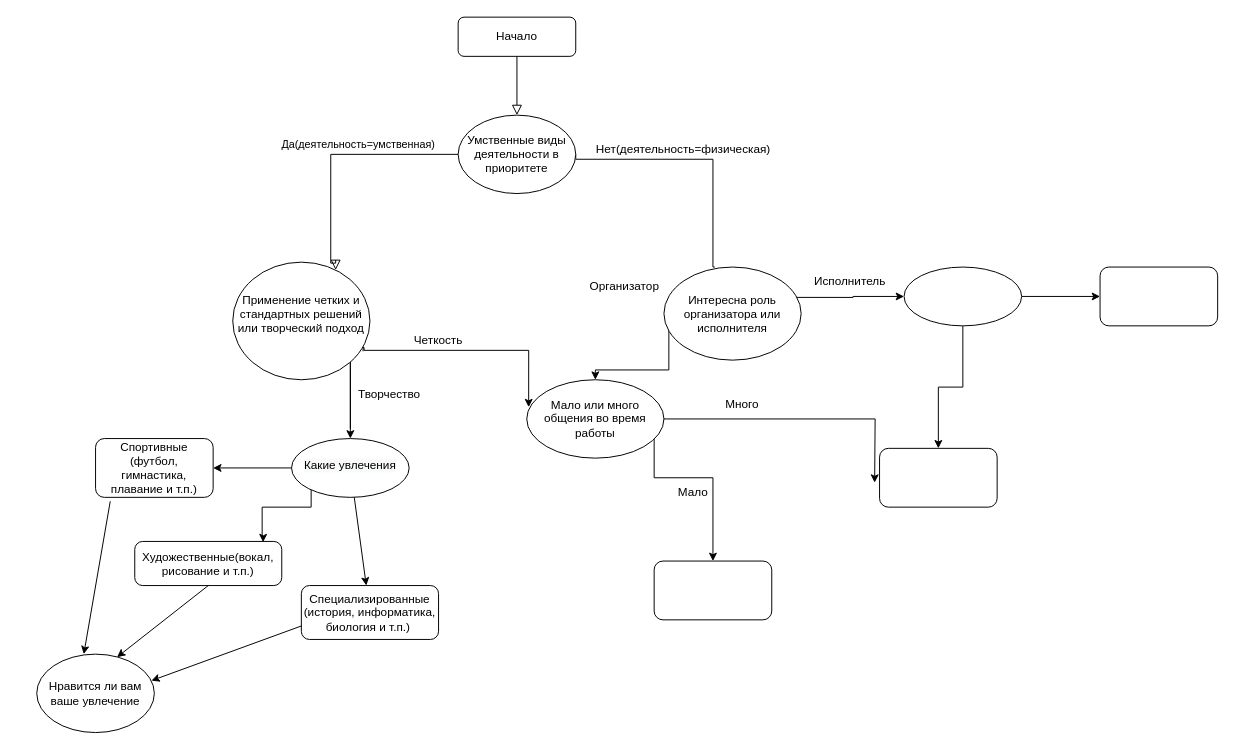
Earlier version of the draw.io diagram Untitled Diagram.drawio (yarvysee/thumbnailator). Source tidied: cells renumbered, new cells numbered last; positions are measured from the earlier drawing's top-left corner, leaving out a move shared by most shapes. Both pictures are drawn from the tidied source at 98%, with x=0, y=0 at pixel (36, 17).
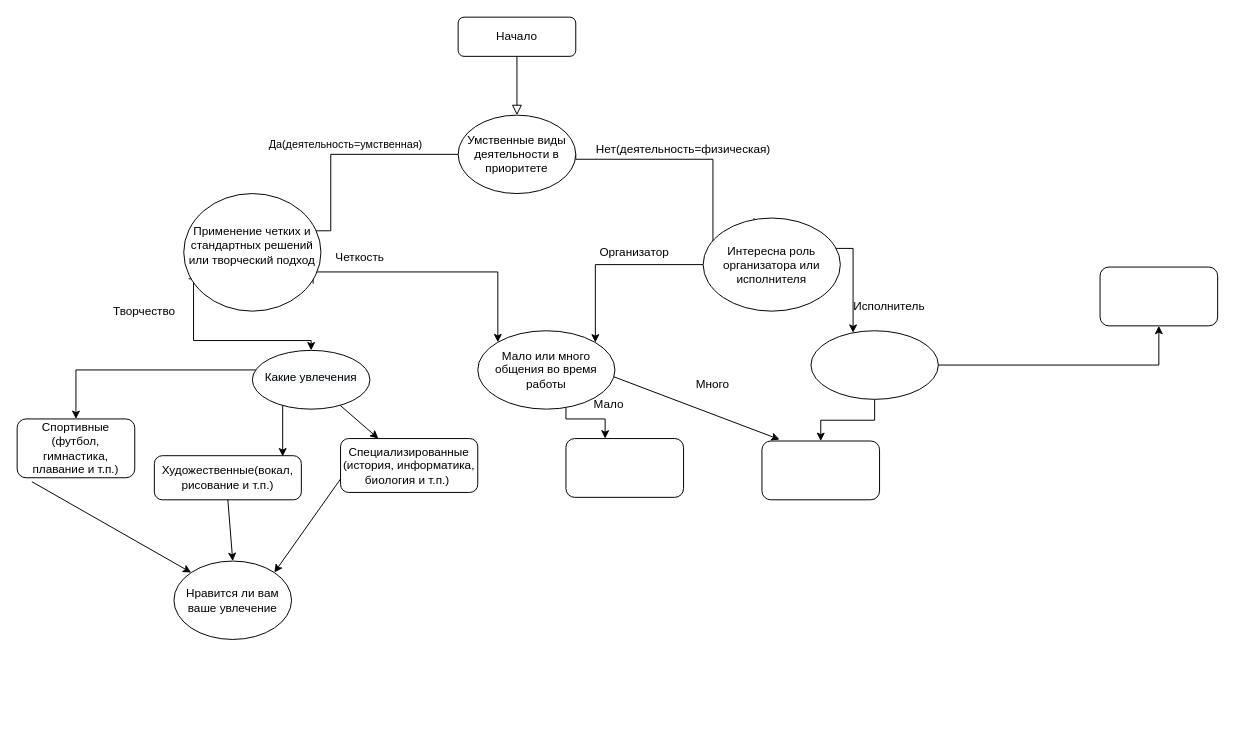
Above is the later version.

The change refers to these unchanged cells:
```xml
<mxCell id="29" value="&lt;span&gt;Умственные виды деятельности в приоритете&lt;/span&gt;" style="ellipse;whiteSpace=wrap;html=1;" parent="1" vertex="1">
  <mxGeometry x="430" y="100" width="120" height="80" as="geometry" />
</mxCell>
```

Change to the diagram source:
```diff
@@
     <mxCell id="4" value="Да(деятельность=умственная)" style="rounded=0;html=1;jettySize=auto;fontSize=11;endArrow=block;endFill=0;endSize=8;strokeWidth=1;shadow=0;labelBackgroundColor=none;edgeStyle=orthogonalEdgeStyle;exitX=0;exitY=0.5;exitDx=0;exitDy=0;entryX=0.75;entryY=0.067;entryDx=0;entryDy=0;entryPerimeter=0;" parent="1" edge="1" source="29" target="28">
       <mxGeometry x="-0.19" y="-10" relative="1" as="geometry">
         <Array as="points">
           <mxPoint x="300" y="140" />
-          <mxPoint x="300" y="251" />
-          <mxPoint x="305" y="251" />
+          <mxPoint x="300" y="218" />
         </Array>
       </mxGeometry>
     </mxCell>
-    <mxCell id="5" style="edgeStyle=orthogonalEdgeStyle;rounded=0;jettySize=auto;html=1;exitX=0.95;exitY=0.758;exitDx=0;exitDy=0;exitPerimeter=0;entryX=0.014;entryY=0.35;entryDx=0;entryDy=0;entryPerimeter=0;startArrow=none;" parent="1" edge="1" source="28" target="17">
+    <mxCell id="5" style="edgeStyle=orthogonalEdgeStyle;rounded=0;jettySize=auto;html=1;exitX=0.943;exitY=0.767;exitDx=0;exitDy=0;exitPerimeter=0;entryX=0;entryY=0;entryDx=0;entryDy=0;startArrow=none;" parent="1" edge="1" source="28" target="17">
       <mxGeometry relative="1" as="geometry">
         <Array as="points">
-          <mxPoint x="333" y="337" />
-          <mxPoint x="334" y="337" />
-          <mxPoint x="334" y="340" />
-          <mxPoint x="502" y="340" />
+          <mxPoint x="282" y="260" />
+          <mxPoint x="471" y="260" />
         </Array>
       </mxGeometry>
     </mxCell>
-    <mxCell id="6" style="edgeStyle=orthogonalEdgeStyle;rounded=0;jettySize=auto;html=1;" parent="1" edge="1" target="21">
+    <mxCell id="6" style="edgeStyle=orthogonalEdgeStyle;rounded=0;jettySize=auto;html=1;exitX=0.036;exitY=0.725;exitDx=0;exitDy=0;exitPerimeter=0;entryX=0.5;entryY=0;entryDx=0;entryDy=0;" parent="1" edge="1" source="28" target="21">
       <mxGeometry relative="1" as="geometry">
-        <mxPoint x="320" y="420" as="sourcePoint" />
         <Array as="points">
-          <mxPoint x="320" y="340" />
-          <mxPoint x="320" y="340" />
+          <mxPoint x="160" y="267" />
+          <mxPoint x="160" y="330" />
         </Array>
       </mxGeometry>
     </mxCell>
@@
-    <mxCell id="8" style="edgeStyle=orthogonalEdgeStyle;rounded=0;jettySize=auto;html=1;exitX=0.036;exitY=0.337;exitDx=0;exitDy=0;exitPerimeter=0;" parent="1" edge="1" source="30" target="17">
+    <mxCell id="8" style="edgeStyle=orthogonalEdgeStyle;rounded=0;jettySize=auto;html=1;exitX=0;exitY=0.5;exitDx=0;exitDy=0;startArrow=none;" parent="1" edge="1" source="30" target="17">
       <mxGeometry relative="1" as="geometry">
         <Array as="points">
-          <mxPoint x="645" y="360" />
+          <mxPoint x="570" y="253" />
           <mxPoint x="570" y="360" />
         </Array>
       </mxGeometry>
     </mxCell>
@@
-    <mxCell id="11" value="Организатор" style="text;html=1;strokeColor=none;fillColor=none;align=center;verticalAlign=middle;whiteSpace=wrap;rounded=0;" parent="1" vertex="1">
-      <mxGeometry x="570" y="260" width="60" height="30" as="geometry" />
-    </mxCell>
@@
     <mxCell id="14" style="ellipse;whiteSpace=wrap;html=1;" parent="1" vertex="1">
-      <mxGeometry x="885" y="255" width="120" height="60" as="geometry" />
+      <mxGeometry x="790" y="320" width="130" height="70" as="geometry" />
     </mxCell>
-    <mxCell id="15" style="edgeStyle=orthogonalEdgeStyle;rounded=0;jettySize=auto;html=1;" parent="1" edge="1" source="17">
-      <mxGeometry relative="1" as="geometry">
-        <mxPoint x="855" y="475" as="targetPoint" />
-      </mxGeometry>
-    </mxCell>
     <mxCell id="16" style="edgeStyle=orthogonalEdgeStyle;rounded=0;jettySize=auto;html=1;" parent="1" edge="1" source="17" target="27">
       <mxGeometry relative="1" as="geometry">
         <Array as="points">
-          <mxPoint x="630" y="470" />
-          <mxPoint x="690" y="470" />
+          <mxPoint x="540" y="410" />
+          <mxPoint x="580" y="410" />
         </Array>
       </mxGeometry>
     </mxCell>
     <mxCell id="17" value="&lt;span&gt;Мало или много общения во время работы&lt;/span&gt;" style="ellipse;whiteSpace=wrap;html=1;" parent="1" vertex="1">
-      <mxGeometry x="500" y="370" width="140" height="80" as="geometry" />
+      <mxGeometry x="450" y="320" width="140" height="80" as="geometry" />
     </mxCell>
     <mxCell id="18" value="Исполнитель" style="text;html=1;strokeColor=none;fillColor=none;align=center;verticalAlign=middle;whiteSpace=wrap;rounded=0;" parent="1" vertex="1">
-      <mxGeometry x="800" y="255" width="60" height="30" as="geometry" />
+      <mxGeometry x="840" y="280" width="60" height="30" as="geometry" />
     </mxCell>
     <mxCell id="19" style="edgeStyle=orthogonalEdgeStyle;rounded=0;jettySize=auto;html=1;entryX=0.873;entryY=0.017;entryDx=0;entryDy=0;entryPerimeter=0;" parent="1" edge="1" source="21" target="32">
       <mxGeometry relative="1" as="geometry">
         <Array as="points">
-          <mxPoint x="280" y="500" />
-          <mxPoint x="230" y="500" />
-          <mxPoint x="230" y="531" />
+          <mxPoint x="251" y="400" />
+          <mxPoint x="251" y="400" />
         </Array>
       </mxGeometry>
     </mxCell>
-    <mxCell id="20" style="edgeStyle=orthogonalEdgeStyle;rounded=0;jettySize=auto;html=1;entryX=1;entryY=0.5;entryDx=0;entryDy=0;" parent="1" edge="1" source="21" target="34">
-      <mxGeometry relative="1" as="geometry" />
+    <mxCell id="20" style="edgeStyle=orthogonalEdgeStyle;rounded=0;jettySize=auto;html=1;entryX=0.5;entryY=0;entryDx=0;entryDy=0;" parent="1" edge="1" source="21" target="34">
+      <mxGeometry relative="1" as="geometry">
+        <Array as="points">
+          <mxPoint x="40" y="360" />
+        </Array>
+      </mxGeometry>
     </mxCell>
     <mxCell id="21" value="&lt;span style=&quot;color: rgb(0, 0, 0); font-family: helvetica; font-size: 12px; font-style: normal; font-weight: 400; letter-spacing: normal; text-align: center; text-indent: 0px; text-transform: none; word-spacing: 0px; background-color: rgb(248, 249, 250); text-decoration: none; display: inline; float: none;&quot;&gt;Какие увлечения&lt;/span&gt;" style="ellipse;whiteSpace=wrap;html=1;shadow=0;strokeWidth=1;spacing=6;spacingTop=-4;" parent="1" vertex="1">
-      <mxGeometry x="260" y="430" width="120" height="60" as="geometry" />
+      <mxGeometry x="220" y="340" width="120" height="60" as="geometry" />
     </mxCell>
     <mxCell id="22" value="Творчество" style="text;html=1;strokeColor=none;fillColor=none;align=center;verticalAlign=middle;whiteSpace=wrap;rounded=0;" parent="1" vertex="1">
-      <mxGeometry x="330" y="370" width="60" height="30" as="geometry" />
+      <mxGeometry x="80" y="285" width="60" height="30" as="geometry" />
     </mxCell>
@@
     <mxCell id="24" style="rounded=1;whiteSpace=wrap;html=1;" parent="1" vertex="1">
-      <mxGeometry x="860" y="440" width="120" height="60" as="geometry" />
+      <mxGeometry x="740" y="432.5" width="120" height="60" as="geometry" />
     </mxCell>
     <mxCell id="25" value="Мало" style="text;html=1;strokeColor=none;fillColor=none;align=center;verticalAlign=middle;whiteSpace=wrap;rounded=0;" parent="1" vertex="1">
-      <mxGeometry x="640" y="470" width="60" height="30" as="geometry" />
+      <mxGeometry x="554" y="380" width="60" height="30" as="geometry" />
     </mxCell>
     <mxCell id="26" value="Много" style="text;html=1;strokeColor=none;fillColor=none;align=center;verticalAlign=middle;whiteSpace=wrap;rounded=0;" parent="1" vertex="1">
-      <mxGeometry x="690" y="380" width="60" height="30" as="geometry" />
+      <mxGeometry x="660" y="360" width="60" height="30" as="geometry" />
     </mxCell>
     <mxCell id="27" style="rounded=1;whiteSpace=wrap;html=1;" parent="1" vertex="1">
-      <mxGeometry x="630" y="555" width="120" height="60" as="geometry" />
+      <mxGeometry x="540" y="430" width="120" height="60" as="geometry" />
     </mxCell>
     <mxCell id="28" value="&lt;div&gt;Применение четких и стандартных решений или творческий подход&lt;/div&gt;&lt;div&gt;&lt;br&gt;&lt;/div&gt;" style="ellipse;whiteSpace=wrap;html=1;" parent="1" vertex="1">
-      <mxGeometry x="200" y="250" width="140" height="120" as="geometry" />
+      <mxGeometry x="150" y="180" width="140" height="120" as="geometry" />
     </mxCell>
@@
     <mxCell id="30" value="&lt;span&gt;Интересна роль организатора или исполнителя&lt;/span&gt;" style="ellipse;whiteSpace=wrap;html=1;" parent="1" vertex="1">
-      <mxGeometry x="640" y="255" width="140" height="95" as="geometry" />
+      <mxGeometry x="680" y="205" width="140" height="95" as="geometry" />
     </mxCell>
@@
     <mxCell id="32" value="Художественные(вокал, рисование и т.п.)" style="rounded=1;whiteSpace=wrap;html=1;arcSize=18;" parent="1" vertex="1">
-      <mxGeometry x="100" y="535" width="150" height="45" as="geometry" />
+      <mxGeometry x="120" y="447.5" width="150" height="45" as="geometry" />
     </mxCell>
     <mxCell id="33" value="Специализированные (история, информатика, биология и т.п.)&amp;nbsp;" style="rounded=1;whiteSpace=wrap;html=1;" parent="1" vertex="1">
-      <mxGeometry x="270" y="580" width="140" height="55" as="geometry" />
+      <mxGeometry x="310" y="430" width="140" height="55" as="geometry" />
     </mxCell>
     <mxCell id="34" value="Спортивные (футбол, гимнастика, плавание и т.п.)" style="rounded=1;whiteSpace=wrap;html=1;" parent="1" vertex="1">
-      <mxGeometry x="60" y="430" width="120" height="60" as="geometry" />
+      <mxGeometry x="-20" y="410" width="120" height="60" as="geometry" />
     </mxCell>
     <mxCell id="35" value="Четкость" style="text;html=1;strokeColor=none;fillColor=none;align=center;verticalAlign=middle;whiteSpace=wrap;rounded=0;" parent="1" vertex="1">
-      <mxGeometry x="380" y="315" width="60" height="30" as="geometry" />
+      <mxGeometry x="300" y="230" width="60" height="30" as="geometry" />
     </mxCell>
-    <mxCell id="36" style="endArrow=classic;html=1;rounded=0;exitX=0.5;exitY=1;exitDx=0;exitDy=0;entryX=0.683;entryY=0.038;entryDx=0;entryDy=0;entryPerimeter=0;" parent="1" edge="1" source="32" target="37">
+    <mxCell id="36" style="endArrow=classic;html=1;rounded=0;exitX=0.5;exitY=1;exitDx=0;exitDy=0;entryX=0.5;entryY=0;entryDx=0;entryDy=0;" parent="1" edge="1" source="32" target="37">
       <mxGeometry relative="1" as="geometry" />
     </mxCell>
     <mxCell id="37" value="Нравится ли вам ваше увлечение" style="ellipse;whiteSpace=wrap;html=1;" parent="1" vertex="1">
-      <mxGeometry y="650" width="120" height="80" as="geometry" />
+      <mxGeometry x="140" y="555" width="120" height="80" as="geometry" />
     </mxCell>
-    <mxCell id="38" style="endArrow=classic;html=1;rounded=0;exitX=0.125;exitY=1.067;exitDx=0;exitDy=0;exitPerimeter=0;entryX=0.4;entryY=0;entryDx=0;entryDy=0;entryPerimeter=0;" parent="1" edge="1" source="34" target="37">
+    <mxCell id="38" style="endArrow=classic;html=1;rounded=0;exitX=0.125;exitY=1.067;exitDx=0;exitDy=0;exitPerimeter=0;entryX=0;entryY=0;entryDx=0;entryDy=0;" parent="1" edge="1" source="34" target="37">
       <mxGeometry relative="1" as="geometry" />
     </mxCell>
-    <mxCell id="39" style="endArrow=classic;html=1;rounded=0;exitX=0;exitY=0.75;exitDx=0;exitDy=0;entryX=0.975;entryY=0.338;entryDx=0;entryDy=0;entryPerimeter=0;" parent="1" edge="1" source="33" target="37">
+    <mxCell id="39" style="endArrow=classic;html=1;rounded=0;exitX=0;exitY=0.75;exitDx=0;exitDy=0;entryX=1;entryY=0;entryDx=0;entryDy=0;" parent="1" edge="1" source="33" target="37">
       <mxGeometry relative="1" as="geometry" />
     </mxCell>
+    <mxCell id="11" value="Организатор" style="text;html=1;strokeColor=none;fillColor=none;align=center;verticalAlign=middle;whiteSpace=wrap;rounded=0;" parent="1" vertex="1">
+      <mxGeometry x="580" y="225" width="60" height="30" as="geometry" />
+    </mxCell>
+    <mxCell id="40" style="endArrow=classic;html=1;rounded=0;exitX=0.993;exitY=0.588;exitDx=0;exitDy=0;exitPerimeter=0;entryX=0.15;entryY=-0.025;entryDx=0;entryDy=0;entryPerimeter=0;" parent="1" edge="1" source="17" target="24">
+      <mxGeometry relative="1" as="geometry" />
+    </mxCell>
```
